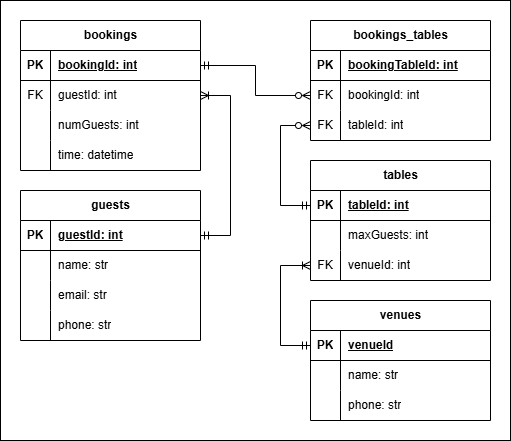
Before: TRS_ERD.drawio.png, a diagram exported from draw.io (tanermaddocks/DEV1002_web-api-server). Source tidied: cells renumbered, new cells last; positions are measured from the earlier drawing's top-left corner, leaving out a move shared by most shapes.
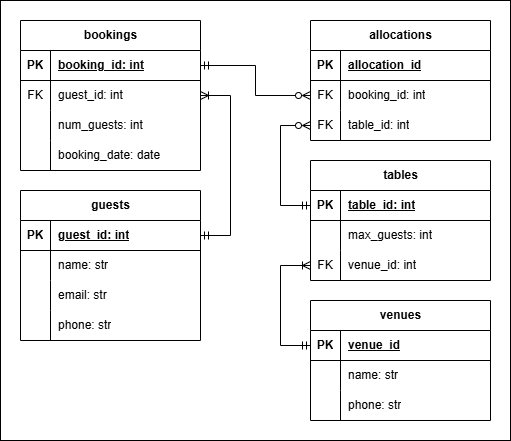
Later version of the same file.

Diff of the diagram source:
```diff
@@ -22,7 +22,7 @@
     <mxCell id="6" value="PK" style="shape=partialRectangle;top=0;left=0;bottom=0;right=0;fontStyle=1;overflow=hidden;whiteSpace=wrap;html=1;fillColor=none;strokeColor=default;" parent="5" vertex="1">
       <mxGeometry width="30" height="30" as="geometry" />
     </mxCell>
-    <mxCell id="7" value="guestId: int" style="shape=partialRectangle;top=0;left=0;bottom=0;right=0;align=left;spacingLeft=6;fontStyle=5;overflow=hidden;whiteSpace=wrap;html=1;fillColor=none;strokeColor=default;" parent="5" vertex="1">
+    <mxCell id="7" value="guest_id: int" style="shape=partialRectangle;top=0;left=0;bottom=0;right=0;align=left;spacingLeft=6;fontStyle=5;overflow=hidden;whiteSpace=wrap;html=1;fillColor=none;strokeColor=default;" parent="5" vertex="1">
       <mxGeometry x="30" width="150" height="30" as="geometry" />
     </mxCell>
     <mxCell id="8" style="shape=tableRow;horizontal=0;startSize=0;swimlaneHead=0;swimlaneBody=0;top=0;left=0;right=0;bottom=0;fillColor=none;strokeColor=default;" parent="4" vertex="1">
@@ -69,7 +69,7 @@
     <mxCell id="20" value="PK" style="shape=partialRectangle;top=0;left=0;bottom=0;right=0;fontStyle=1;overflow=hidden;whiteSpace=wrap;html=1;fillColor=none;strokeColor=default;" parent="19" vertex="1">
       <mxGeometry width="30" height="30" as="geometry" />
     </mxCell>
-    <mxCell id="21" value="tableId: int" style="shape=partialRectangle;top=0;left=0;bottom=0;right=0;align=left;spacingLeft=6;fontStyle=5;overflow=hidden;whiteSpace=wrap;html=1;fillColor=none;strokeColor=default;" parent="19" vertex="1">
+    <mxCell id="21" value="table_id: int" style="shape=partialRectangle;top=0;left=0;bottom=0;right=0;align=left;spacingLeft=6;fontStyle=5;overflow=hidden;whiteSpace=wrap;html=1;fillColor=none;strokeColor=default;" parent="19" vertex="1">
       <mxGeometry x="30" width="150" height="30" as="geometry" />
     </mxCell>
     <mxCell id="22" style="shape=tableRow;horizontal=0;startSize=0;swimlaneHead=0;swimlaneBody=0;top=0;left=0;right=0;bottom=0;fillColor=none;strokeColor=default;" parent="18" vertex="1">
@@ -78,7 +78,7 @@
     <mxCell id="23" style="shape=partialRectangle;top=0;left=0;bottom=0;right=0;overflow=hidden;whiteSpace=wrap;html=1;fillColor=none;strokeColor=default;" parent="22" vertex="1">
       <mxGeometry width="30" height="30" as="geometry" />
     </mxCell>
-    <mxCell id="24" value="maxGuests: int" style="shape=partialRectangle;top=0;left=0;bottom=0;right=0;align=left;spacingLeft=6;overflow=hidden;whiteSpace=wrap;html=1;fillColor=none;strokeColor=default;" parent="22" vertex="1">
+    <mxCell id="24" value="max_guests: int" style="shape=partialRectangle;top=0;left=0;bottom=0;right=0;align=left;spacingLeft=6;overflow=hidden;whiteSpace=wrap;html=1;fillColor=none;strokeColor=default;" parent="22" vertex="1">
       <mxGeometry x="30" width="150" height="30" as="geometry" />
     </mxCell>
     <mxCell id="25" style="shape=tableRow;horizontal=0;startSize=0;swimlaneHead=0;swimlaneBody=0;points=[[0,0.5],[1,0.5]];portConstraint=eastwest;top=0;left=0;right=0;bottom=0;fillColor=none;strokeColor=default;" parent="18" vertex="1">
@@ -87,7 +87,7 @@
     <mxCell id="26" value="FK" style="shape=partialRectangle;top=0;left=0;bottom=0;right=0;overflow=hidden;whiteSpace=wrap;html=1;fillColor=none;strokeColor=default;" parent="25" vertex="1">
       <mxGeometry width="30" height="30" as="geometry" />
     </mxCell>
-    <mxCell id="27" value="venueId: int" style="shape=partialRectangle;top=0;left=0;bottom=0;right=0;align=left;spacingLeft=6;overflow=hidden;whiteSpace=wrap;html=1;fillColor=none;strokeColor=default;" parent="25" vertex="1">
+    <mxCell id="27" value="venue_id: int" style="shape=partialRectangle;top=0;left=0;bottom=0;right=0;align=left;spacingLeft=6;overflow=hidden;whiteSpace=wrap;html=1;fillColor=none;strokeColor=default;" parent="25" vertex="1">
       <mxGeometry x="30" width="150" height="30" as="geometry" />
     </mxCell>
     <mxCell id="28" value="bookings" style="shape=table;startSize=30;rowLines=0;fontStyle=1;align=center;html=1;fillColor=none;strokeColor=default;" parent="1" vertex="1">
@@ -99,7 +99,7 @@
     <mxCell id="30" value="PK" style="shape=partialRectangle;top=0;left=0;bottom=0;right=0;fontStyle=1;overflow=hidden;whiteSpace=wrap;html=1;fillColor=none;strokeColor=default;" parent="29" vertex="1">
       <mxGeometry width="30" height="30" as="geometry" />
     </mxCell>
-    <mxCell id="31" value="bookingId: int" style="shape=partialRectangle;top=0;left=0;bottom=0;right=0;align=left;spacingLeft=6;fontStyle=5;overflow=hidden;whiteSpace=wrap;html=1;fillColor=none;strokeColor=default;" parent="29" vertex="1">
+    <mxCell id="31" value="booking_id: int" style="shape=partialRectangle;top=0;left=0;bottom=0;right=0;align=left;spacingLeft=6;fontStyle=5;overflow=hidden;whiteSpace=wrap;html=1;fillColor=none;strokeColor=default;" parent="29" vertex="1">
       <mxGeometry x="30" width="150" height="30" as="geometry" />
     </mxCell>
     <mxCell id="32" style="shape=tableRow;horizontal=0;startSize=0;swimlaneHead=0;swimlaneBody=0;points=[[0,0.5],[1,0.5]];portConstraint=eastwest;top=0;left=0;right=0;bottom=0;fillColor=none;strokeColor=default;" parent="28" vertex="1">
@@ -108,7 +108,7 @@
     <mxCell id="33" value="FK" style="shape=partialRectangle;top=0;left=0;bottom=0;right=0;overflow=hidden;whiteSpace=wrap;html=1;fillColor=none;strokeColor=default;" parent="32" vertex="1">
       <mxGeometry width="30" height="30" as="geometry" />
     </mxCell>
-    <mxCell id="34" value="guestId: int" style="shape=partialRectangle;top=0;left=0;bottom=0;right=0;align=left;spacingLeft=6;overflow=hidden;whiteSpace=wrap;html=1;fillColor=none;strokeColor=default;" parent="32" vertex="1">
+    <mxCell id="34" value="guest_id: int" style="shape=partialRectangle;top=0;left=0;bottom=0;right=0;align=left;spacingLeft=6;overflow=hidden;whiteSpace=wrap;html=1;fillColor=none;strokeColor=default;" parent="32" vertex="1">
       <mxGeometry x="30" width="150" height="30" as="geometry" />
     </mxCell>
     <mxCell id="35" style="shape=tableRow;horizontal=0;startSize=0;swimlaneHead=0;swimlaneBody=0;top=0;left=0;right=0;bottom=0;fillColor=none;strokeColor=default;" parent="28" vertex="1">
@@ -117,7 +117,7 @@
     <mxCell id="36" style="shape=partialRectangle;top=0;left=0;bottom=0;right=0;overflow=hidden;whiteSpace=wrap;html=1;fillColor=none;strokeColor=default;" parent="35" vertex="1">
       <mxGeometry width="30" height="30" as="geometry" />
     </mxCell>
-    <mxCell id="37" value="numGuests: int" style="shape=partialRectangle;top=0;left=0;bottom=0;right=0;align=left;spacingLeft=6;overflow=hidden;whiteSpace=wrap;html=1;fillColor=none;strokeColor=default;" parent="35" vertex="1">
+    <mxCell id="37" value="num_guests: int" style="shape=partialRectangle;top=0;left=0;bottom=0;right=0;align=left;spacingLeft=6;overflow=hidden;whiteSpace=wrap;html=1;fillColor=none;strokeColor=default;" parent="35" vertex="1">
       <mxGeometry x="30" width="150" height="30" as="geometry" />
     </mxCell>
     <mxCell id="38" style="shape=tableRow;horizontal=0;startSize=0;swimlaneHead=0;swimlaneBody=0;top=0;left=0;right=0;bottom=0;fillColor=none;strokeColor=default;" parent="28" vertex="1">
@@ -126,7 +126,7 @@
     <mxCell id="39" style="shape=partialRectangle;top=0;left=0;bottom=0;right=0;overflow=hidden;whiteSpace=wrap;html=1;fillColor=none;strokeColor=default;" parent="38" vertex="1">
       <mxGeometry width="30" height="30" as="geometry" />
     </mxCell>
-    <mxCell id="40" value="time: datetime" style="shape=partialRectangle;top=0;left=0;bottom=0;right=0;align=left;spacingLeft=6;overflow=hidden;whiteSpace=wrap;html=1;fillColor=none;strokeColor=default;" parent="38" vertex="1">
+    <mxCell id="40" value="booking_date: date" style="shape=partialRectangle;top=0;left=0;bottom=0;right=0;align=left;spacingLeft=6;overflow=hidden;whiteSpace=wrap;html=1;fillColor=none;strokeColor=default;" parent="38" vertex="1">
       <mxGeometry x="30" width="150" height="30" as="geometry" />
     </mxCell>
     <mxCell id="41" style="edgeStyle=orthogonalEdgeStyle;rounded=0;jettySize=auto;html=1;entryX=0;entryY=0.5;entryDx=0;entryDy=0;exitX=0;exitY=0.5;exitDx=0;exitDy=0;endArrow=ERzeroToMany;endFill=0;startArrow=ERmandOne;startFill=0;fontColor=#000000;fillColor=none;strokeColor=default;" parent="1" edge="1" source="19" target="59">
@@ -146,7 +146,7 @@
     <mxCell id="44" value="PK" style="shape=partialRectangle;top=0;left=0;bottom=0;right=0;fontStyle=1;overflow=hidden;whiteSpace=wrap;html=1;fillColor=none;strokeColor=default;" parent="43" vertex="1">
       <mxGeometry width="30" height="30" as="geometry" />
     </mxCell>
-    <mxCell id="45" value="venueId" style="shape=partialRectangle;top=0;left=0;bottom=0;right=0;align=left;spacingLeft=6;fontStyle=5;overflow=hidden;whiteSpace=wrap;html=1;fillColor=none;strokeColor=default;" parent="43" vertex="1">
+    <mxCell id="45" value="venue_id" style="shape=partialRectangle;top=0;left=0;bottom=0;right=0;align=left;spacingLeft=6;fontStyle=5;overflow=hidden;whiteSpace=wrap;html=1;fillColor=none;strokeColor=default;" parent="43" vertex="1">
       <mxGeometry x="30" width="150" height="30" as="geometry" />
     </mxCell>
     <mxCell id="46" style="shape=tableRow;horizontal=0;startSize=0;swimlaneHead=0;swimlaneBody=0;top=0;left=0;right=0;bottom=0;fillColor=none;strokeColor=default;" parent="42" vertex="1">
@@ -167,7 +167,7 @@
     <mxCell id="51" value="phone: str" style="shape=partialRectangle;top=0;left=0;bottom=0;right=0;align=left;spacingLeft=6;overflow=hidden;whiteSpace=wrap;html=1;fillColor=none;strokeColor=default;" parent="49" vertex="1">
       <mxGeometry x="30" width="150" height="30" as="geometry" />
     </mxCell>
-    <mxCell id="52" value="bookings_tables" style="shape=table;startSize=30;rowLines=0;fontStyle=1;align=center;html=1;" parent="1" vertex="1">
+    <mxCell id="52" value="allocations" style="shape=table;startSize=30;rowLines=0;fontStyle=1;align=center;html=1;" parent="1" vertex="1">
       <mxGeometry x="310" y="20" width="180" height="120" as="geometry" />
     </mxCell>
     <mxCell id="53" style="shape=tableRow;horizontal=0;startSize=0;swimlaneHead=0;swimlaneBody=0;fillColor=none;top=0;left=0;right=0;bottom=1;" parent="52" vertex="1">
@@ -176,7 +176,7 @@
     <mxCell id="54" value="PK" style="shape=partialRectangle;fillColor=none;top=0;left=0;bottom=0;right=0;fontStyle=1;overflow=hidden;whiteSpace=wrap;html=1;" parent="53" vertex="1">
       <mxGeometry width="30" height="30" as="geometry" />
     </mxCell>
-    <mxCell id="55" value="bookingTableId: int" style="shape=partialRectangle;fillColor=none;top=0;left=0;bottom=0;right=0;align=left;spacingLeft=6;fontStyle=5;overflow=hidden;whiteSpace=wrap;html=1;" parent="53" vertex="1">
+    <mxCell id="55" value="allocation_id" style="shape=partialRectangle;fillColor=none;top=0;left=0;bottom=0;right=0;align=left;spacingLeft=6;fontStyle=5;overflow=hidden;whiteSpace=wrap;html=1;" parent="53" vertex="1">
       <mxGeometry x="30" width="150" height="30" as="geometry" />
     </mxCell>
     <mxCell id="56" style="shape=tableRow;horizontal=0;startSize=0;swimlaneHead=0;swimlaneBody=0;fillColor=none;points=[[0,0.5],[1,0.5]];portConstraint=eastwest;top=0;left=0;right=0;bottom=0;" parent="52" vertex="1">
@@ -185,7 +185,7 @@
     <mxCell id="57" value="FK" style="shape=partialRectangle;fillColor=none;top=0;left=0;bottom=0;right=0;overflow=hidden;whiteSpace=wrap;html=1;" parent="56" vertex="1">
       <mxGeometry width="30" height="30" as="geometry" />
     </mxCell>
-    <mxCell id="58" value="bookingId: int" style="shape=partialRectangle;fillColor=none;top=0;left=0;bottom=0;right=0;align=left;spacingLeft=6;overflow=hidden;whiteSpace=wrap;html=1;" parent="56" vertex="1">
+    <mxCell id="58" value="booking_id: int" style="shape=partialRectangle;fillColor=none;top=0;left=0;bottom=0;right=0;align=left;spacingLeft=6;overflow=hidden;whiteSpace=wrap;html=1;" parent="56" vertex="1">
       <mxGeometry x="30" width="150" height="30" as="geometry" />
     </mxCell>
     <mxCell id="59" style="shape=tableRow;horizontal=0;startSize=0;swimlaneHead=0;swimlaneBody=0;fillColor=none;points=[[0,0.5],[1,0.5]];portConstraint=eastwest;top=0;left=0;right=0;bottom=0;" parent="52" vertex="1">
@@ -194,7 +194,7 @@
     <mxCell id="60" value="FK" style="shape=partialRectangle;fillColor=none;top=0;left=0;bottom=0;right=0;overflow=hidden;whiteSpace=wrap;html=1;" parent="59" vertex="1">
       <mxGeometry width="30" height="30" as="geometry" />
     </mxCell>
-    <mxCell id="61" value="tableId: int" style="shape=partialRectangle;fillColor=none;top=0;left=0;bottom=0;right=0;align=left;spacingLeft=6;overflow=hidden;whiteSpace=wrap;html=1;" parent="59" vertex="1">
+    <mxCell id="61" value="table_id: int" style="shape=partialRectangle;fillColor=none;top=0;left=0;bottom=0;right=0;align=left;spacingLeft=6;overflow=hidden;whiteSpace=wrap;html=1;" parent="59" vertex="1">
       <mxGeometry x="30" width="150" height="30" as="geometry" />
     </mxCell>
     <mxCell id="62" style="edgeStyle=orthogonalEdgeStyle;rounded=0;jettySize=auto;html=1;entryX=1;entryY=0.5;entryDx=0;entryDy=0;startArrow=ERzeroToMany;startFill=0;endArrow=ERmandOne;endFill=0;" parent="1" edge="1" source="56" target="29">
```
